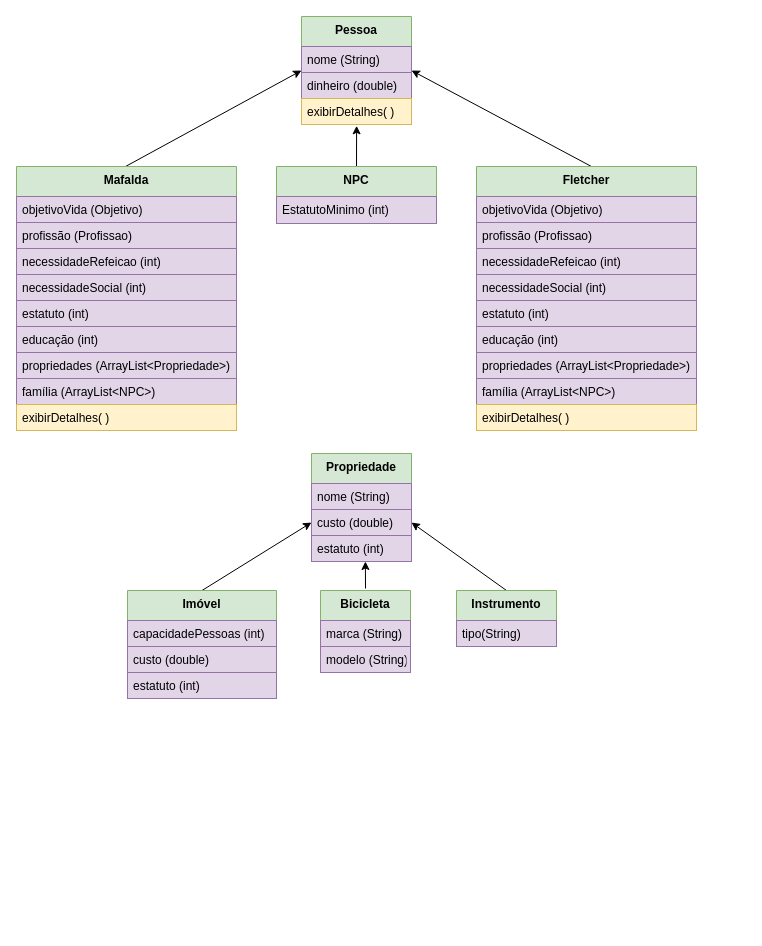
Above: GAME-Human-Life-Simulator-Whiplash.drawio in juanpereiracosta/GAME-HumanLifeSimulator-Mafalda (draw.io), before the change. Source tidied: cells renumbered, new cells numbered last; positions are measured from the earlier drawing's top-left corner, leaving out a move shared by most shapes. Both pictures are drawn from the tidied source at 100%, with x=0, y=0 at pixel (16, 16).
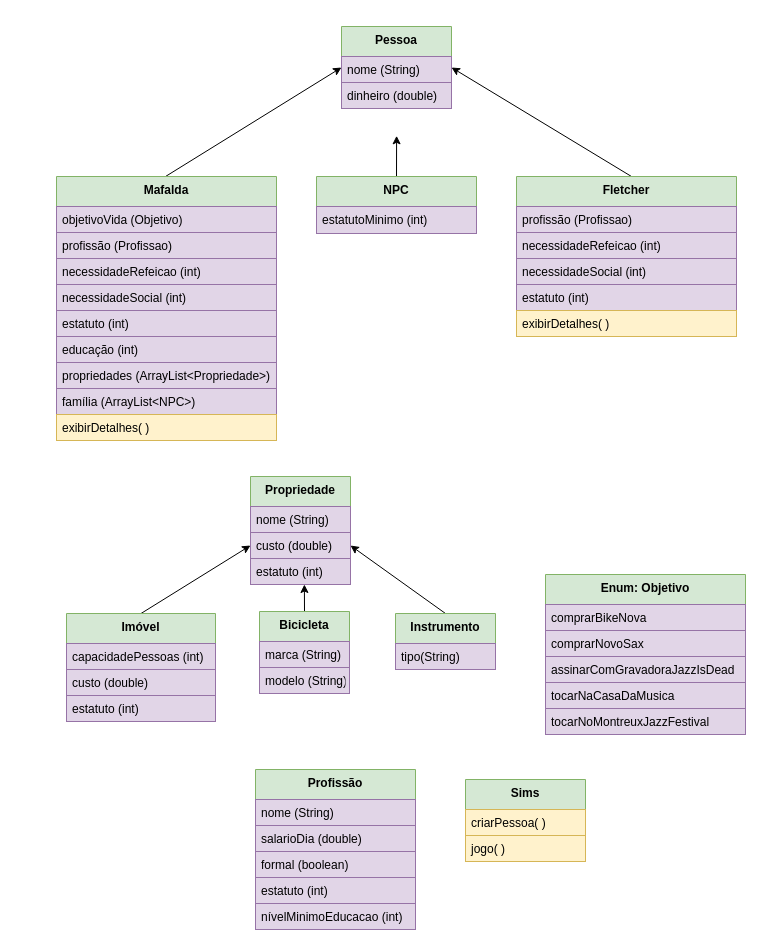
Above is the later version.

The edit, as a diff of the source:
```diff
@@
     <mxCell id="2" value="Pessoa" style="swimlane;fontStyle=1;align=center;verticalAlign=top;horizontal=1;startSize=30;fillColor=#d5e8d4;strokeColor=#82b366;" parent="1" vertex="1">
-      <mxGeometry x="285" width="110" height="108" as="geometry" />
+      <mxGeometry x="325" y="10" width="110" height="82" as="geometry" />
     </mxCell>
@@
-    <mxCell id="5" value="exibirDetalhes( )" style="text;strokeColor=#d6b656;fillColor=#fff2cc;align=left;verticalAlign=top;spacingLeft=4;spacingRight=4;overflow=hidden;" parent="2" vertex="1">
-      <mxGeometry y="82" width="110" height="26" as="geometry" />
-    </mxCell>
     <mxCell id="6" style="rounded=0;jettySize=auto;html=1;exitX=0.5;exitY=0;exitDx=0;exitDy=0;entryX=0;entryY=0.5;entryDx=0;entryDy=0;" parent="1" edge="1" target="2">
       <mxGeometry relative="1" as="geometry">
-        <mxPoint x="109" y="150" as="sourcePoint" />
+        <mxPoint x="149" y="160" as="sourcePoint" />
       </mxGeometry>
     </mxCell>
     <mxCell id="7" value="Mafalda" style="swimlane;fontStyle=1;align=center;verticalAlign=top;horizontal=1;startSize=30;fillColor=#d5e8d4;strokeColor=#82b366;" parent="1" vertex="1">
-      <mxGeometry y="150" width="220" height="264" as="geometry" />
+      <mxGeometry x="40" y="160" width="220" height="264" as="geometry" />
     </mxCell>
@@
     <mxCell id="17" style="edgeStyle=none;rounded=0;jettySize=auto;html=1;exitX=0.5;exitY=0;exitDx=0;exitDy=0;entryX=1;entryY=0.5;entryDx=0;entryDy=0;" parent="1" edge="1" target="2">
       <mxGeometry relative="1" as="geometry">
-        <mxPoint x="575" y="150" as="sourcePoint" />
+        <mxPoint x="615" y="160" as="sourcePoint" />
       </mxGeometry>
     </mxCell>
     <mxCell id="18" value="Fletcher" style="swimlane;fontStyle=1;align=center;verticalAlign=top;horizontal=1;startSize=30;fillColor=#d5e8d4;strokeColor=#82b366;" parent="1" vertex="1">
-      <mxGeometry x="460" y="150" width="220" height="264" as="geometry" />
+      <mxGeometry x="500" y="160" width="220" height="160" as="geometry" />
     </mxCell>
-    <mxCell id="19" value="objetivoVida (Objetivo)" style="text;strokeColor=#9673a6;fillColor=#e1d5e7;align=left;verticalAlign=top;spacingLeft=4;spacingRight=4;overflow=hidden;" parent="18" vertex="1">
-      <mxGeometry y="30" width="220" height="26" as="geometry" />
-    </mxCell>
     <mxCell id="20" value="profissão (Profissao)" style="text;strokeColor=#9673a6;fillColor=#e1d5e7;align=left;verticalAlign=top;spacingLeft=4;spacingRight=4;overflow=hidden;" parent="18" vertex="1">
-      <mxGeometry y="56" width="220" height="26" as="geometry" />
+      <mxGeometry y="30" width="220" height="26" as="geometry" />
     </mxCell>
     <mxCell id="21" value="necessidadeRefeicao (int)" style="text;strokeColor=#9673a6;fillColor=#e1d5e7;align=left;verticalAlign=top;spacingLeft=4;spacingRight=4;overflow=hidden;" parent="18" vertex="1">
-      <mxGeometry y="82" width="220" height="26" as="geometry" />
+      <mxGeometry y="56" width="220" height="26" as="geometry" />
     </mxCell>
     <mxCell id="22" value="necessidadeSocial (int)" style="text;strokeColor=#9673a6;fillColor=#e1d5e7;align=left;verticalAlign=top;spacingLeft=4;spacingRight=4;overflow=hidden;" parent="18" vertex="1">
-      <mxGeometry y="108" width="220" height="26" as="geometry" />
+      <mxGeometry y="82" width="220" height="26" as="geometry" />
     </mxCell>
     <mxCell id="23" value="estatuto (int)" style="text;strokeColor=#9673a6;fillColor=#e1d5e7;align=left;verticalAlign=top;spacingLeft=4;spacingRight=4;overflow=hidden;" parent="18" vertex="1">
-      <mxGeometry y="134" width="220" height="26" as="geometry" />
+      <mxGeometry y="108" width="220" height="26" as="geometry" />
     </mxCell>
-    <mxCell id="24" value="educação (int)" style="text;strokeColor=#9673a6;fillColor=#e1d5e7;align=left;verticalAlign=top;spacingLeft=4;spacingRight=4;overflow=hidden;" parent="18" vertex="1">
-      <mxGeometry y="160" width="220" height="26" as="geometry" />
-    </mxCell>
-    <mxCell id="25" value="propriedades (ArrayList&lt;Propriedade&gt;)" style="text;strokeColor=#9673a6;fillColor=#e1d5e7;align=left;verticalAlign=top;spacingLeft=4;spacingRight=4;overflow=hidden;" parent="18" vertex="1">
-      <mxGeometry y="186" width="220" height="26" as="geometry" />
-    </mxCell>
-    <mxCell id="26" value="família (ArrayList&lt;NPC&gt;)" style="text;strokeColor=#9673a6;fillColor=#e1d5e7;align=left;verticalAlign=top;spacingLeft=4;spacingRight=4;overflow=hidden;" parent="18" vertex="1">
-      <mxGeometry y="212" width="220" height="26" as="geometry" />
-    </mxCell>
     <mxCell id="27" value="exibirDetalhes( )" style="text;strokeColor=#d6b656;fillColor=#fff2cc;align=left;verticalAlign=top;spacingLeft=4;spacingRight=4;overflow=hidden;" parent="18" vertex="1">
-      <mxGeometry y="238" width="220" height="26" as="geometry" />
+      <mxGeometry y="134" width="220" height="26" as="geometry" />
     </mxCell>
     <mxCell id="28" style="edgeStyle=none;rounded=0;orthogonalLoop=1;jettySize=auto;html=1;exitX=0.5;exitY=0;exitDx=0;exitDy=0;entryX=0.455;entryY=0.936;entryDx=0;entryDy=0;entryPerimeter=0;" parent="1" edge="1">
       <mxGeometry relative="1" as="geometry">
-        <mxPoint x="340" y="153" as="sourcePoint" />
-        <mxPoint x="340.1" y="109.3" as="targetPoint" />
+        <mxPoint x="380" y="163" as="sourcePoint" />
+        <mxPoint x="380.1" y="119.3" as="targetPoint" />
       </mxGeometry>
     </mxCell>
     <mxCell id="29" value="NPC" style="swimlane;fontStyle=1;align=center;verticalAlign=top;horizontal=1;startSize=30;fillColor=#d5e8d4;strokeColor=#82b366;" parent="1" vertex="1">
-      <mxGeometry x="260" y="150" width="160" height="57" as="geometry" />
+      <mxGeometry x="300" y="160" width="160" height="57" as="geometry" />
     </mxCell>
-    <mxCell id="30" value="EstatutoMinimo (int)" style="text;strokeColor=#9673a6;fillColor=#e1d5e7;align=left;verticalAlign=top;spacingLeft=4;spacingRight=4;overflow=hidden;" parent="29" vertex="1">
+    <mxCell id="30" value="estatutoMinimo (int)" style="text;strokeColor=#9673a6;fillColor=#e1d5e7;align=left;verticalAlign=top;spacingLeft=4;spacingRight=4;overflow=hidden;" parent="29" vertex="1">
       <mxGeometry y="30" width="160" height="27" as="geometry" />
     </mxCell>
     <mxCell id="31" value="Propriedade" style="swimlane;fontStyle=1;align=center;verticalAlign=top;horizontal=1;startSize=30;fillColor=#d5e8d4;strokeColor=#82b366;" parent="1" vertex="1">
-      <mxGeometry x="295" y="437" width="100" height="108" as="geometry" />
+      <mxGeometry x="234" y="460" width="100" height="108" as="geometry" />
     </mxCell>
@@
     <mxCell id="36" value="Imóvel" style="swimlane;fontStyle=1;align=center;verticalAlign=top;horizontal=1;startSize=30;fillColor=#d5e8d4;strokeColor=#82b366;" parent="1" vertex="1">
-      <mxGeometry x="111" y="574" width="149" height="108" as="geometry" />
+      <mxGeometry x="50" y="597" width="149" height="108" as="geometry" />
     </mxCell>
@@
     <mxCell id="40" style="edgeStyle=none;rounded=0;orthogonalLoop=1;jettySize=auto;html=1;exitX=0.5;exitY=0;exitDx=0;exitDy=0;entryX=0.539;entryY=1.076;entryDx=0;entryDy=0;entryPerimeter=0;" parent="1" edge="1">
       <mxGeometry relative="1" as="geometry">
-        <mxPoint x="349" y="572" as="sourcePoint" />
-        <mxPoint x="348.9" y="545" as="targetPoint" />
+        <mxPoint x="288" y="595" as="sourcePoint" />
+        <mxPoint x="287.9" y="568" as="targetPoint" />
       </mxGeometry>
     </mxCell>
     <mxCell id="41" value="Bicicleta" style="swimlane;fontStyle=1;align=center;verticalAlign=top;horizontal=1;startSize=30;fillColor=#d5e8d4;strokeColor=#82b366;" parent="1" vertex="1">
-      <mxGeometry x="304" y="574" width="90" height="82" as="geometry" />
+      <mxGeometry x="243" y="595" width="90" height="82" as="geometry" />
     </mxCell>
@@
     <mxCell id="45" value="Instrumento" style="swimlane;fontStyle=1;align=center;verticalAlign=top;horizontal=1;startSize=30;fillColor=#d5e8d4;strokeColor=#82b366;" parent="1" vertex="1">
-      <mxGeometry x="440" y="574" width="100" height="56" as="geometry" />
+      <mxGeometry x="379" y="597" width="100" height="56" as="geometry" />
     </mxCell>
@@
+    <mxCell id="47" value="Profissão" style="swimlane;fontStyle=1;align=center;verticalAlign=top;horizontal=1;startSize=30;fillColor=#d5e8d4;strokeColor=#82b366;" parent="1" vertex="1">
+      <mxGeometry x="239" y="753" width="160" height="160" as="geometry" />
+    </mxCell>
+    <mxCell id="48" value="nome (String)" style="text;strokeColor=#9673a6;fillColor=#e1d5e7;align=left;verticalAlign=top;spacingLeft=4;spacingRight=4;overflow=hidden;" parent="47" vertex="1">
+      <mxGeometry y="30" width="160" height="26" as="geometry" />
+    </mxCell>
+    <mxCell id="49" value="salarioDia (double)" style="text;strokeColor=#9673a6;fillColor=#e1d5e7;align=left;verticalAlign=top;spacingLeft=4;spacingRight=4;overflow=hidden;" parent="47" vertex="1">
+      <mxGeometry y="56" width="160" height="26" as="geometry" />
+    </mxCell>
+    <mxCell id="50" value="formal (boolean)" style="text;strokeColor=#9673a6;fillColor=#e1d5e7;align=left;verticalAlign=top;spacingLeft=4;spacingRight=4;overflow=hidden;" parent="47" vertex="1">
+      <mxGeometry y="82" width="160" height="26" as="geometry" />
+    </mxCell>
+    <mxCell id="51" value="estatuto (int)" style="text;strokeColor=#9673a6;fillColor=#e1d5e7;align=left;verticalAlign=top;spacingLeft=4;spacingRight=4;overflow=hidden;" parent="47" vertex="1">
+      <mxGeometry y="108" width="160" height="26" as="geometry" />
+    </mxCell>
+    <mxCell id="52" value="nívelMinimoEducacao (int)" style="text;strokeColor=#9673a6;fillColor=#e1d5e7;align=left;verticalAlign=top;spacingLeft=4;spacingRight=4;overflow=hidden;" parent="47" vertex="1">
+      <mxGeometry y="134" width="160" height="26" as="geometry" />
+    </mxCell>
+    <mxCell id="53" value="Enum: Objetivo" style="swimlane;fontStyle=1;align=center;verticalAlign=top;horizontal=1;startSize=30;fillColor=#d5e8d4;strokeColor=#82b366;" parent="1" vertex="1">
+      <mxGeometry x="529" y="558" width="200" height="160" as="geometry" />
+    </mxCell>
+    <mxCell id="54" value="comprarBikeNova" style="text;strokeColor=#9673a6;fillColor=#e1d5e7;align=left;verticalAlign=top;spacingLeft=4;spacingRight=4;overflow=hidden;" parent="53" vertex="1">
+      <mxGeometry y="30" width="200" height="26" as="geometry" />
+    </mxCell>
+    <mxCell id="55" value="comprarNovoSax" style="text;strokeColor=#9673a6;fillColor=#e1d5e7;align=left;verticalAlign=top;spacingLeft=4;spacingRight=4;overflow=hidden;" parent="53" vertex="1">
+      <mxGeometry y="56" width="200" height="26" as="geometry" />
+    </mxCell>
+    <mxCell id="56" value="assinarComGravadoraJazzIsDead" style="text;strokeColor=#9673a6;fillColor=#e1d5e7;align=left;verticalAlign=top;spacingLeft=4;spacingRight=4;overflow=hidden;" parent="53" vertex="1">
+      <mxGeometry y="82" width="200" height="26" as="geometry" />
+    </mxCell>
+    <mxCell id="57" value="tocarNaCasaDaMusica" style="text;strokeColor=#9673a6;fillColor=#e1d5e7;align=left;verticalAlign=top;spacingLeft=4;spacingRight=4;overflow=hidden;" parent="53" vertex="1">
+      <mxGeometry y="108" width="200" height="26" as="geometry" />
+    </mxCell>
+    <mxCell id="58" value="tocarNoMontreuxJazzFestival" style="text;strokeColor=#9673a6;fillColor=#e1d5e7;align=left;verticalAlign=top;spacingLeft=4;spacingRight=4;overflow=hidden;" parent="53" vertex="1">
+      <mxGeometry y="134" width="200" height="26" as="geometry" />
+    </mxCell>
+    <mxCell id="59" value="Sims" style="swimlane;fontStyle=1;align=center;verticalAlign=top;horizontal=1;startSize=30;fillColor=#d5e8d4;strokeColor=#82b366;" parent="1" vertex="1">
+      <mxGeometry x="449" y="763" width="120" height="82" as="geometry" />
+    </mxCell>
+    <mxCell id="60" value="criarPessoa( )" style="text;strokeColor=#d6b656;fillColor=#fff2cc;align=left;verticalAlign=top;spacingLeft=4;spacingRight=4;overflow=hidden;" parent="59" vertex="1">
+      <mxGeometry y="30" width="120" height="26" as="geometry" />
+    </mxCell>
+    <mxCell id="61" value="jogo( )" style="text;strokeColor=#d6b656;fillColor=#fff2cc;align=left;verticalAlign=top;spacingLeft=4;spacingRight=4;overflow=hidden;" parent="59" vertex="1">
+      <mxGeometry y="56" width="120" height="26" as="geometry" />
+    </mxCell>
```
